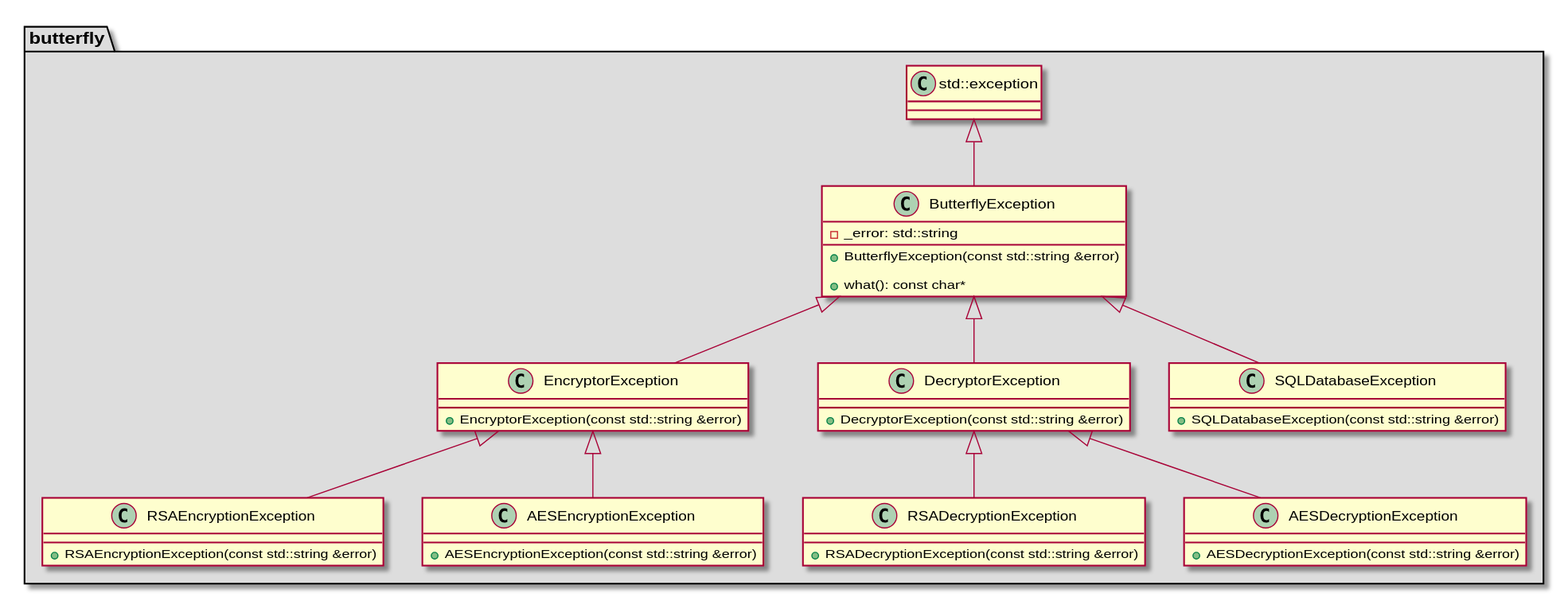
This is architecture/class_diagrams/bflyExceptions.svg from bierschi/butterfly, a PlantUML export, as it was before one commit.
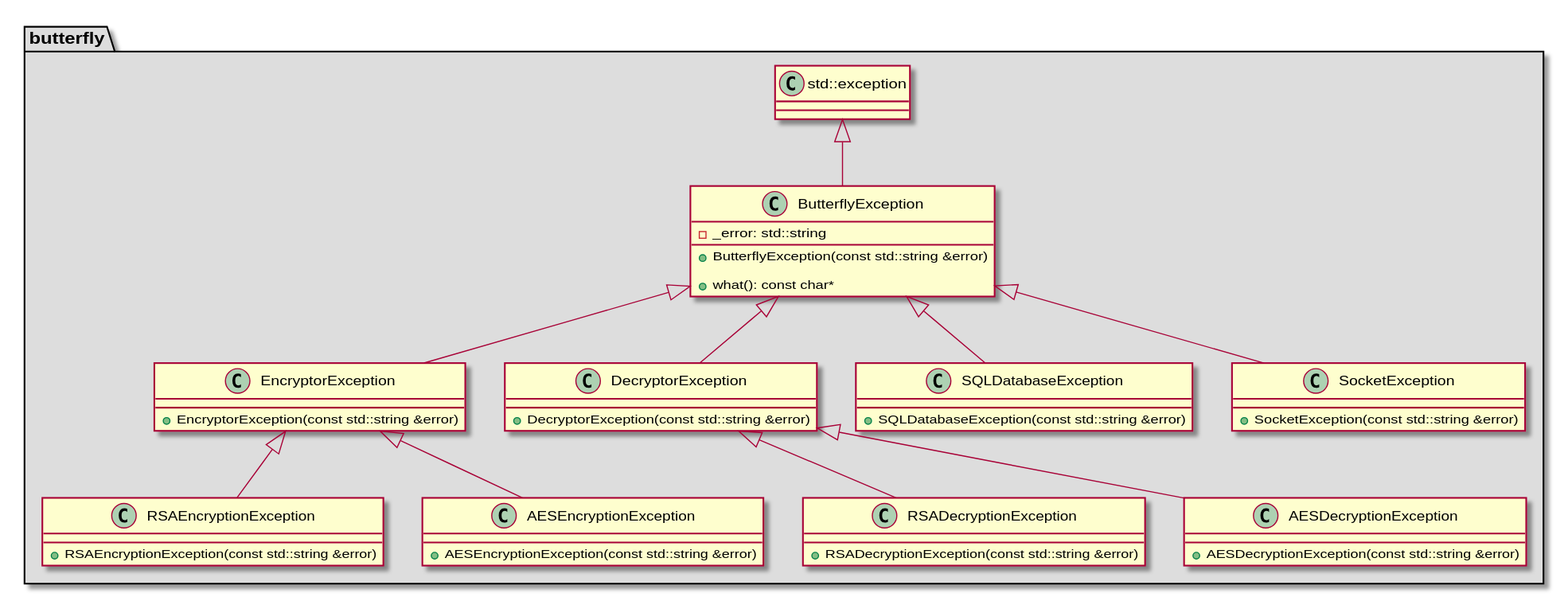
Above is the later version.

What changed in the source:
```diff
@@ -65,6 +65,14 @@
 
 }
 
+class SocketException
+{
+
+    +SocketException(const std::string &error)
+
+}
+
+
 std::exception <|-- ButterflyException
 ButterflyException <|-- EncryptorException
 ButterflyException <|-- DecryptorException
@@ -75,6 +83,7 @@
 DecryptorException <|-- AESDecryptionException
 
 ButterflyException <|-- SQLDatabaseException
+ButterflyException <|-- SocketException
 
 }
 @enduml
```
